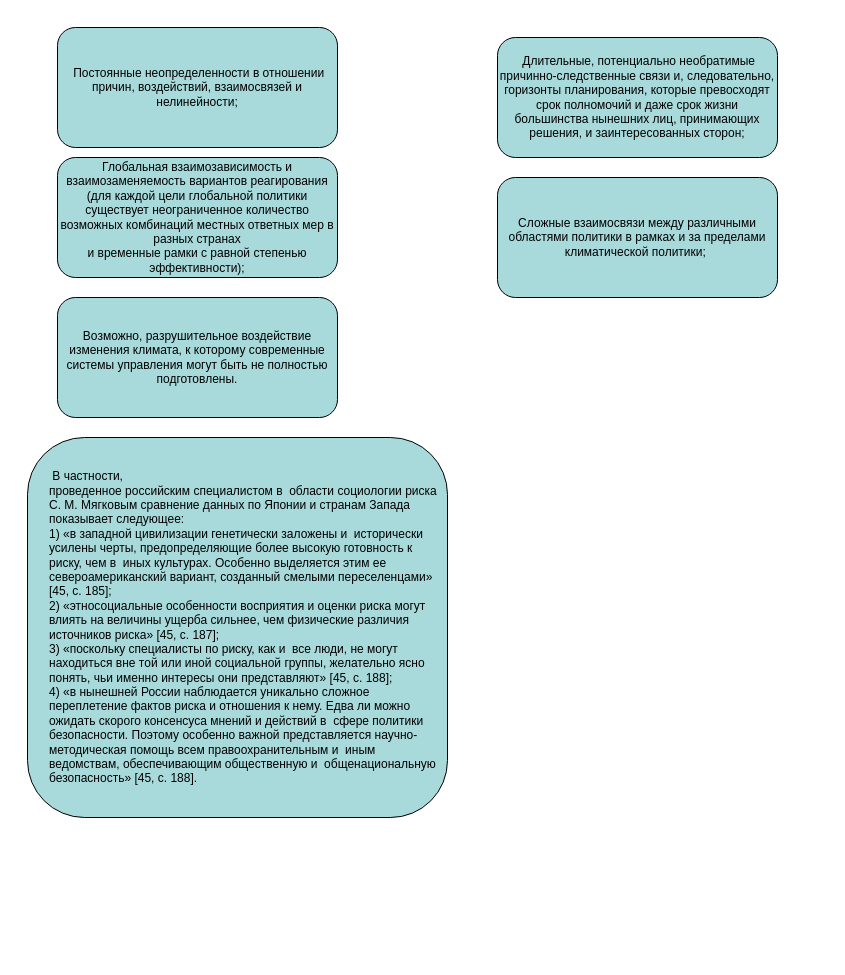
The draw.io diagram page "Page-2" (2 of 2) of stratefiction.drawio in dstefanovskiy/draw.io, before the edit. Source tidied: cells renumbered, new cells numbered last; positions are measured from the earlier drawing's top-left corner, leaving out a move shared by most shapes. Both pictures are drawn from the tidied source at 100%, with x=0, y=0 at pixel (27, 27).
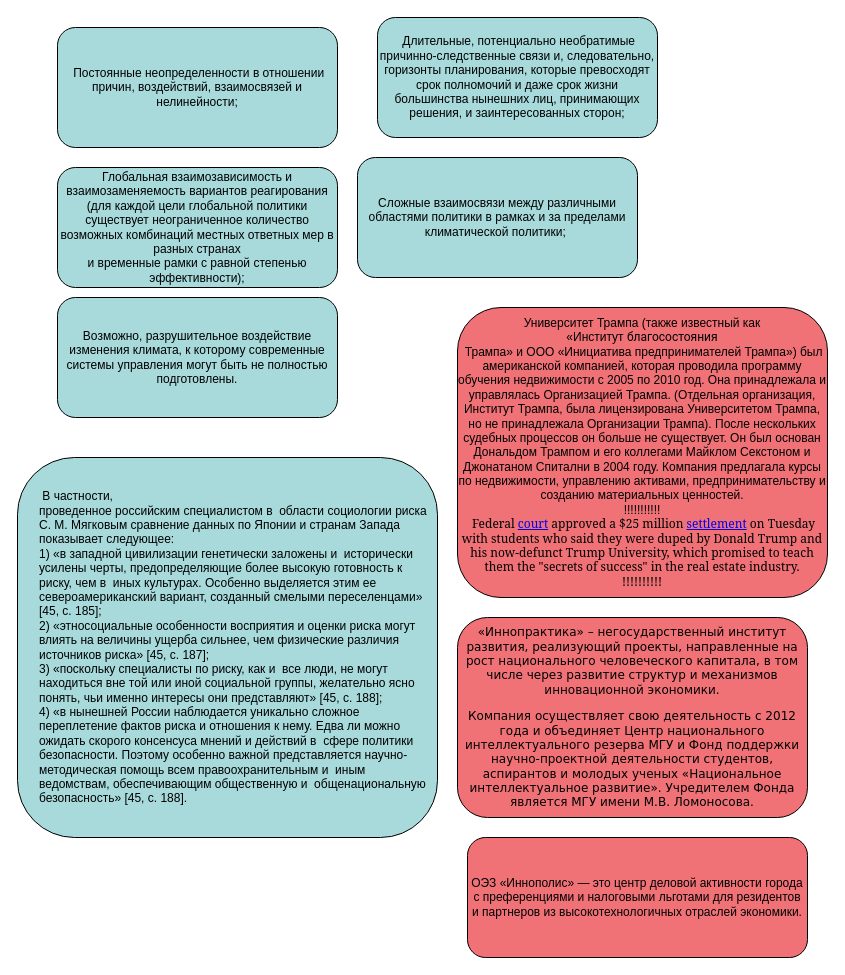
The same page after the edit.

What changed in the source:
```diff
@@
 <mxGraphModel>
   <root>
     <mxCell id="0" />
     <mxCell id="1" parent="0" />
     <mxCell id="2" value="&amp;nbsp;Длительные, потенциально необратимые причинно-следственные связи и, следовательно, горизонты планирования, которые превосходят срок полномочий и даже срок жизни большинства нынешних лиц, принимающих решения, и заинтересованных сторон;" style="rounded=1;whiteSpace=wrap;html=1;fillColor=#A8DADC;" parent="1" vertex="1">
-      <mxGeometry x="470" y="10" width="280" height="120" as="geometry" />
+      <mxGeometry x="350" y="-10" width="280" height="120" as="geometry" />
     </mxCell>
     <mxCell id="3" value="&amp;nbsp;Постоянные неопределенности в отношении причин, воздействий, взаимосвязей и нелинейности;" style="rounded=1;whiteSpace=wrap;html=1;fillColor=#A8DADC;" parent="1" vertex="1">
       <mxGeometry x="30" width="280" height="120" as="geometry" />
     </mxCell>
     <mxCell id="4" value="&lt;div&gt;Сложные взаимосвязи между различными областями политики в рамках и за пределами климатической политики;&lt;span&gt;&amp;nbsp;&lt;/span&gt;&lt;/div&gt;" style="rounded=1;whiteSpace=wrap;html=1;fillColor=#A8DADC;" parent="1" vertex="1">
-      <mxGeometry x="470" y="150" width="280" height="120" as="geometry" />
+      <mxGeometry x="330" y="130" width="280" height="120" as="geometry" />
     </mxCell>
     <mxCell id="5" value="&lt;div&gt;Глобальная взаимозависимость и взаимозаменяемость вариантов реагирования (для каждой цели глобальной политики существует неограниченное количество возможных комбинаций местных ответных мер в разных странах&lt;/div&gt;&lt;div&gt;и временные рамки с равной степенью эффективности);&lt;/div&gt;" style="rounded=1;whiteSpace=wrap;html=1;fillColor=#A8DADC;" parent="1" vertex="1">
-      <mxGeometry x="30" y="130" width="280" height="120" as="geometry" />
+      <mxGeometry x="30" y="140" width="280" height="120" as="geometry" />
     </mxCell>
     <mxCell id="6" value="&lt;span&gt;Возможно, разрушительное воздействие изменения климата, к которому современные системы управления могут быть не полностью подготовлены.&lt;/span&gt;" style="rounded=1;whiteSpace=wrap;html=1;fillColor=#A8DADC;" parent="1" vertex="1">
       <mxGeometry x="30" y="270" width="280" height="120" as="geometry" />
     </mxCell>
     <mxCell id="7" value="&amp;nbsp;В частности,&lt;br&gt;проведенное российским специалистом в&amp;nbsp; области социологии риска С. М. Мягковым сравнение данных по Японии и&amp;nbsp;странам Запада показывает следующее:&lt;br&gt;1) «в западной цивилизации генетически заложены и&amp;nbsp; исторически усилены черты, предопределяющие более высокую готовность к&amp;nbsp; риску, чем&amp;nbsp;в&amp;nbsp; иных культурах. Особенно выделяется этим ее североамериканский вариант, созданный смелыми переселенцами» [45, c. 185];&lt;br&gt;2) «этносоциальные особенности восприятия и&amp;nbsp;оценки риска могут влиять на величины ущерба&amp;nbsp;сильнее, чем физические различия источников риска» [45, c. 187];&lt;br&gt;3) «поскольку специалисты по риску, как и&amp;nbsp; все люди, не могут находиться вне той или иной социальной группы, желательно ясно понять, чьи именно интересы они представляют» [45, c. 188];&lt;br&gt;4) «в нынешней России наблюдается уникально&amp;nbsp;сложное переплетение фактов риска и&amp;nbsp;отношения&amp;nbsp;к&amp;nbsp;нему. Едва ли можно ожидать скорого консенсуса мнений и&amp;nbsp;действий в&amp;nbsp; сфере политики безопасности. Поэтому особенно важной представляется научно-методическая помощь всем правоохранительным и&amp;nbsp; иным ведомствам, обеспечивающим&amp;nbsp;общественную и&amp;nbsp; общенациональную безопасность» [45, c. 188]." style="rounded=1;whiteSpace=wrap;html=1;fillColor=#A8DADC;align=left;spacingTop=0;spacingLeft=20;spacingRight=10;" parent="1" vertex="1">
-      <mxGeometry y="410" width="420" height="380" as="geometry" />
+      <mxGeometry x="-10" y="430" width="420" height="380" as="geometry" />
     </mxCell>
+    <mxCell id="8" value="&lt;font style=&quot;font-size: 12px&quot;&gt;Университет Трампа (также известный как «Институт&amp;nbsp;&lt;span style=&quot;font-family: &amp;#34;roboto&amp;#34; , &amp;#34;arial&amp;#34; , sans-serif&quot;&gt;благосостояния&lt;/span&gt;&lt;br&gt;&amp;nbsp;Трампа» и ООО «Инициатива предпринимателей Трампа») был американской компанией, которая проводила программу обучения недвижимости с 2005 по 2010 год. Она принадлежала и управлялась Организацией Трампа. (Отдельная организация, Институт Трампа, была лицензирована Университетом Трампа, но не принадлежала Организации Трампа). После нескольких судебных процессов он больше не существует. Он был основан Дональдом Трампом и его коллегами Майклом Секстоном и Джонатаном Спитални в 2004 году. Компания предлагала курсы по недвижимости, управлению активами, предпринимательству и созданию материальных ценностей.&lt;br&gt;!!!!!!!!!!!&lt;br&gt;&lt;span style=&quot;font-family: &amp;#34;publicotext&amp;#34; , &amp;#34;georgia&amp;#34; , &amp;#34;timesnewroman&amp;#34; , &amp;#34;times new roman&amp;#34; , &amp;#34;times&amp;#34; , &amp;#34;baskerville&amp;#34; , serif&quot;&gt;&amp;nbsp;Federal&lt;/span&gt;&lt;span style=&quot;font-family: &amp;#34;publicotext&amp;#34; , &amp;#34;georgia&amp;#34; , &amp;#34;timesnewroman&amp;#34; , &amp;#34;times new roman&amp;#34; , &amp;#34;times&amp;#34; , &amp;#34;baskerville&amp;#34; , serif&quot;&gt;&amp;nbsp;&lt;/span&gt;&lt;a href=&quot;http://msnbcmedia.msn.com/i/TODAY/z_Creative/17-55635_Documents.pdf&quot; style=&quot;font-family: &amp;#34;publicotext&amp;#34; , &amp;#34;georgia&amp;#34; , &amp;#34;timesnewroman&amp;#34; , &amp;#34;times new roman&amp;#34; , &amp;#34;times&amp;#34; , &amp;#34;baskerville&amp;#34; , serif ; box-sizing: border-box ; outline: none&quot;&gt;court&lt;/a&gt;&lt;span style=&quot;font-family: &amp;#34;publicotext&amp;#34; , &amp;#34;georgia&amp;#34; , &amp;#34;timesnewroman&amp;#34; , &amp;#34;times new roman&amp;#34; , &amp;#34;times&amp;#34; , &amp;#34;baskerville&amp;#34; , serif&quot;&gt;&amp;nbsp;&lt;/span&gt;&lt;span style=&quot;font-family: &amp;#34;publicotext&amp;#34; , &amp;#34;georgia&amp;#34; , &amp;#34;timesnewroman&amp;#34; , &amp;#34;times new roman&amp;#34; , &amp;#34;times&amp;#34; , &amp;#34;baskerville&amp;#34; , serif&quot;&gt;approved a $25 million&lt;/span&gt;&lt;span style=&quot;font-family: &amp;#34;publicotext&amp;#34; , &amp;#34;georgia&amp;#34; , &amp;#34;timesnewroman&amp;#34; , &amp;#34;times new roman&amp;#34; , &amp;#34;times&amp;#34; , &amp;#34;baskerville&amp;#34; , serif&quot;&gt;&amp;nbsp;&lt;/span&gt;&lt;a href=&quot;https://www.nbcnews.com/business/business-news/judge-approves-25-million-settlement-trump-university-lawsuit-n741201&quot; class=&quot; vilynx_listened&quot; style=&quot;font-family: &amp;#34;publicotext&amp;#34; , &amp;#34;georgia&amp;#34; , &amp;#34;timesnewroman&amp;#34; , &amp;#34;times new roman&amp;#34; , &amp;#34;times&amp;#34; , &amp;#34;baskerville&amp;#34; , serif ; box-sizing: border-box ; outline: none&quot;&gt;settlement&lt;/a&gt;&lt;span style=&quot;font-family: &amp;#34;publicotext&amp;#34; , &amp;#34;georgia&amp;#34; , &amp;#34;timesnewroman&amp;#34; , &amp;#34;times new roman&amp;#34; , &amp;#34;times&amp;#34; , &amp;#34;baskerville&amp;#34; , serif&quot;&gt;&amp;nbsp;&lt;/span&gt;&lt;span style=&quot;font-family: &amp;#34;publicotext&amp;#34; , &amp;#34;georgia&amp;#34; , &amp;#34;timesnewroman&amp;#34; , &amp;#34;times new roman&amp;#34; , &amp;#34;times&amp;#34; , &amp;#34;baskerville&amp;#34; , serif&quot;&gt;on Tuesday with students who said they were duped by Donald Trump and his now-defunct Trump University, which promised to teach them the &quot;secrets of success&quot; in the real estate industry.&lt;br&gt;!!!!!!!!!!&lt;/span&gt;&lt;br&gt;&lt;/font&gt;" style="rounded=1;whiteSpace=wrap;html=1;fillColor=#F07277;" parent="1" vertex="1">
+      <mxGeometry x="430" y="280" width="370" height="290" as="geometry" />
+    </mxCell>
+    <mxCell id="9" value="&lt;p style=&quot;margin-bottom: 1em ; font-family: &amp;#34;verdana&amp;#34;&quot;&gt;&lt;span style=&quot;font-family: &amp;#34;verdana&amp;#34;&quot;&gt;&lt;font style=&quot;font-size: 12px&quot;&gt;«Иннопрактика» – негосударственный институт развития, реализующий проекты, направленные на рост национального человеческого капитала, в том числе через развитие структур и механизмов инновационной экономики.&lt;/font&gt;&lt;/span&gt;&lt;/p&gt;&lt;p style=&quot;margin-bottom: 1em ; font-family: &amp;#34;verdana&amp;#34;&quot;&gt;&lt;span style=&quot;font-family: &amp;#34;verdana&amp;#34;&quot;&gt;&lt;font style=&quot;font-size: 12px&quot;&gt;Компания осуществляет свою деятельность с 2012 года и объединяет Центр национального интеллектуального резерва МГУ и Фонд поддержки научно-проектной деятельности студентов, аспирантов и молодых ученых «Национальное интеллектуальное развитие». Учредителем Фонда является МГУ имени М.В. Ломоносова.&lt;/font&gt;&lt;/span&gt;&lt;/p&gt;" style="rounded=1;whiteSpace=wrap;html=1;fillColor=#F07277;" parent="1" vertex="1">
+      <mxGeometry x="430" y="590" width="350" height="200" as="geometry" />
+    </mxCell>
+    <mxCell id="10" value="&lt;span style=&quot;font-family: &amp;#34;letosans&amp;#34; , &amp;#34;arial&amp;#34; , &amp;#34;helvetica&amp;#34; , sans-serif ; text-align: left&quot;&gt;&lt;font style=&quot;font-size: 12px&quot;&gt;ОЭЗ «Иннополис»&amp;nbsp;— это центр деловой активности города с&amp;nbsp;преференциями и&amp;nbsp;налоговыми льготами для&amp;nbsp;резидентов и&amp;nbsp;партнеров из&amp;nbsp;высокотехнологичных отраслей экономики.&lt;/font&gt;&lt;/span&gt;" style="rounded=1;whiteSpace=wrap;html=1;fillColor=#F07277;" parent="1" vertex="1">
+      <mxGeometry x="440" y="810" width="340" height="120" as="geometry" />
+    </mxCell>
   </root>
 </mxGraphModel>
```
